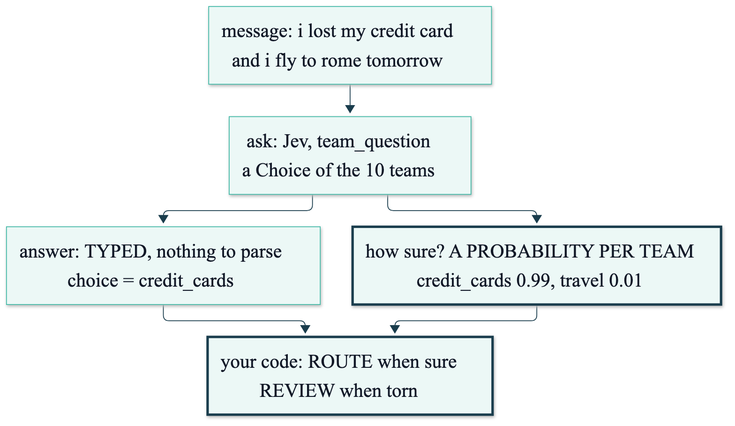
This is course/diagrams/module_01/p1-solution-jev-choice.png from axel-sirota/getting_started_jev, a Mermaid export, as it was before one commit. Its source is kept beside it as course/diagrams/module_01/p1-solution-jev-choice.mmd.
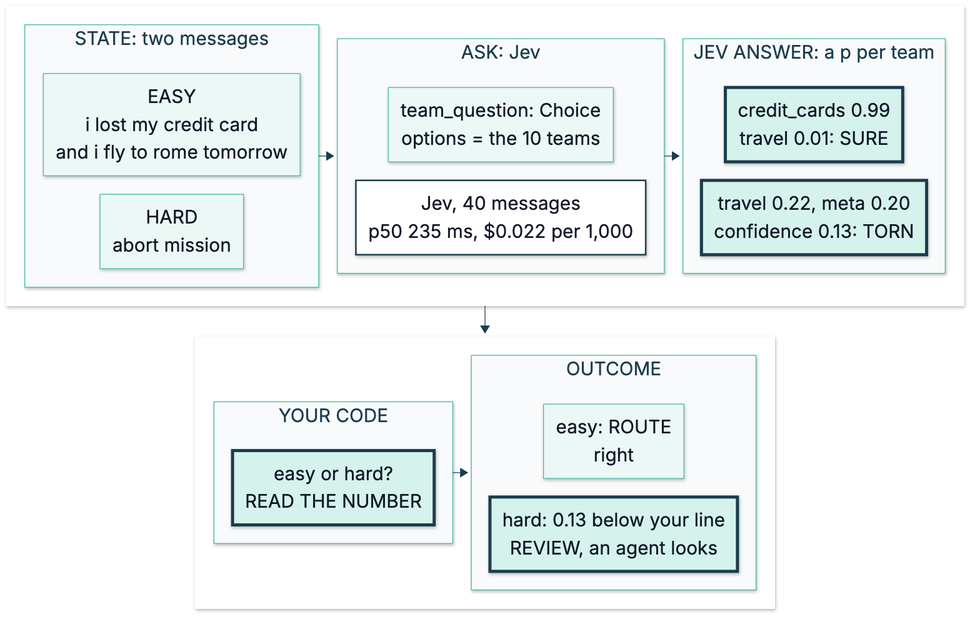
Above is the later version.

What changed in the source:
```diff
@@ -1,9 +1,46 @@
 %%{init: {"theme": "base", "themeVariables": {"fontFamily": "Inter, sans-serif", "primaryColor": "#ECF8F6", "primaryBorderColor": "#40B8A6", "primaryTextColor": "#111827", "lineColor": "#1A3D4D", "secondaryColor": "#F9FAFB", "tertiaryColor": "#FFFFFF", "clusterBkg": "#F9FAFB", "clusterBorder": "#D1D5DB", "actorBkg": "#ECF8F6", "actorBorder": "#40B8A6", "noteBkgColor": "#FFF6DA", "noteBorderColor": "#E0B84C"}}}%%
-flowchart TD
-  M["message: i lost my credit card<br/>and i fly to rome tomorrow"] --> Q["ask: Jev, team_question<br/>a Choice of the 10 teams"]
-  Q --> A["answer: TYPED, nothing to parse<br/>choice = credit_cards"]
-  Q --> P["how sure? A PROBABILITY PER TEAM<br/>credit_cards 0.99, travel 0.01"]
-  A --> C["your code: ROUTE when sure<br/>REVIEW when torn"]
-  P --> C
-  style P stroke:#1A3D4D,stroke-width:3px
-  style C stroke:#1A3D4D,stroke-width:3px
+flowchart TB
+  subgraph TOP[" "]
+    direction LR
+    subgraph STATE["STATE: two messages"]
+      direction TB
+      M1["EASY<br/>i lost my credit card<br/>and i fly to rome tomorrow"]
+      M2["HARD<br/>abort mission"]
+      M1 ~~~ M2
+    end
+    subgraph ASK["ASK: Jev"]
+      direction TB
+      Q["team_question: Choice<br/>options = the 10 teams"]
+      K["Jev, 40 messages<br/>p50 235 ms, $0.022 per 1,000"]
+      Q ~~~ K
+    end
+    subgraph ANSWER["JEV ANSWER: a p per team"]
+      direction TB
+      A1["credit_cards 0.99<br/>travel 0.01: SURE"]
+      A2["travel 0.22, meta 0.20<br/>confidence 0.13: TORN"]
+      A1 ~~~ A2
+    end
+    STATE --> ASK --> ANSWER
+  end
+  subgraph BOTTOM[" "]
+    direction LR
+    subgraph CODE["YOUR CODE"]
+      direction TB
+      C["easy or hard?<br/>READ THE NUMBER"]
+    end
+    subgraph OUTCOME["OUTCOME"]
+      direction TB
+      O1["easy: ROUTE<br/>right"]
+      O2["hard: 0.13 below your line<br/>REVIEW, an agent looks"]
+      O1 ~~~ O2
+    end
+    CODE --> OUTCOME
+  end
+  TOP --> BOTTOM
+
+  classDef fix fill:#D5F2EC,stroke:#1A3D4D,stroke-width:4px
+  classDef num fill:#FFFFFF,stroke:#1A3D4D,stroke-width:2px
+  class A1,A2,C,O2 fix
+  class K num
+  style TOP fill:#FFFFFF,stroke:#FFFFFF
+  style BOTTOM fill:#FFFFFF,stroke:#FFFFFF
```
